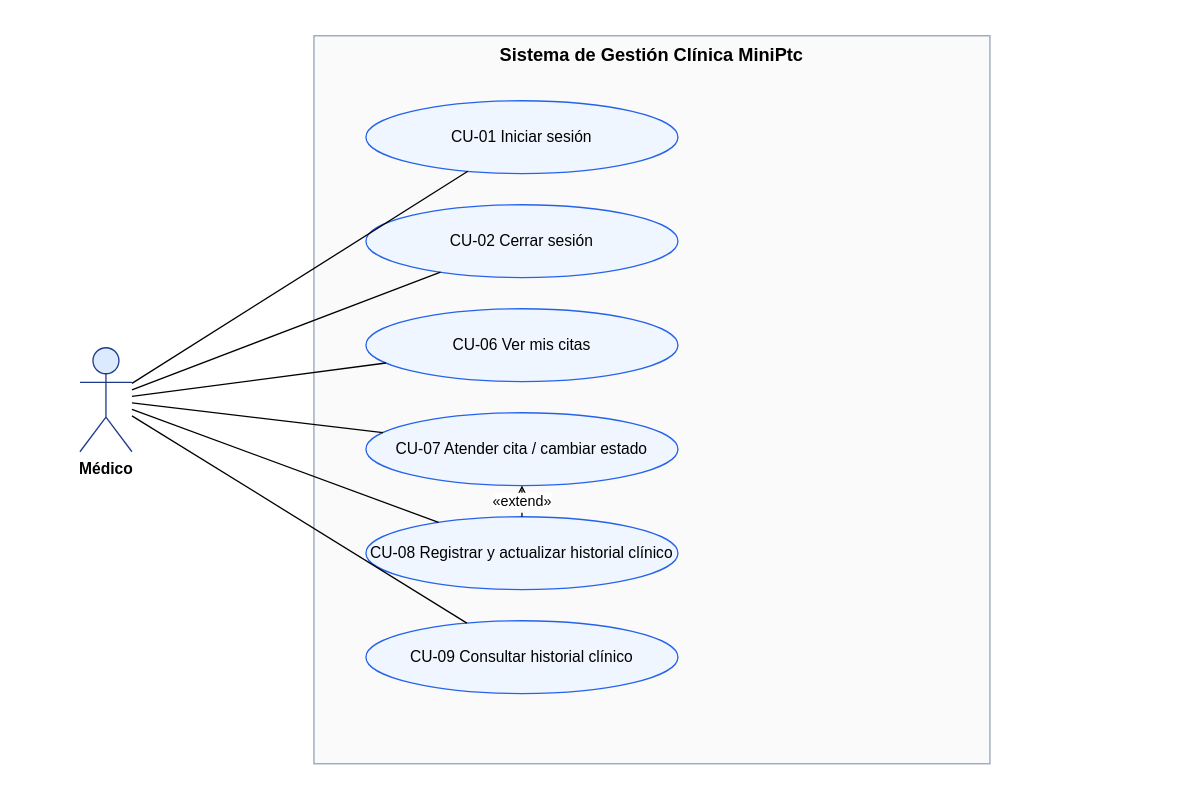
Earlier version of the draw.io diagram page "Casos de uso - Médico" (3 of 5) of ClinicaMiniPtc/Documentacion/Diagramas_ClinicaMiniPtc.drawio (lefusotf/mini-ptc). Source tidied: cells renumbered, new cells numbered last; positions are measured from the earlier drawing's top-left corner, leaving out a move shared by most shapes. Both pictures are drawn from the tidied source at 130%, with x=0, y=0 at pixel (79, 35).
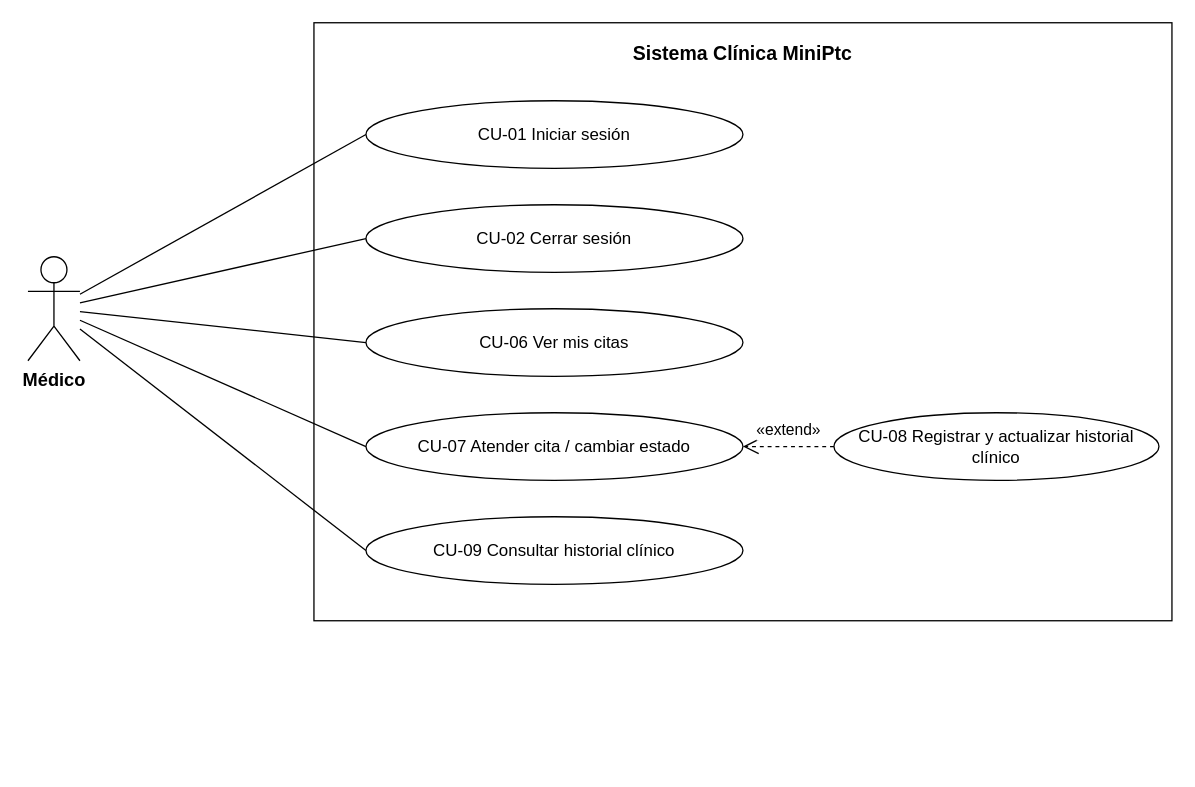
Above is the later version.

Change to the diagram source:
```diff
@@
 <mxGraphModel>
   <root>
     <mxCell id="0" />
     <mxCell id="1" parent="0" />
-    <mxCell id="2" value="Sistema de Gestión Clínica MiniPtc" style="rounded=0;whiteSpace=wrap;html=1;fillColor=#FAFAFA;strokeColor=#94A3B8;verticalAlign=top;fontStyle=1;fontSize=14;" parent="1" vertex="1">
-      <mxGeometry x="180" width="520" height="560" as="geometry" />
-    </mxCell>
+    <mxCell id="17" value="Sistema Clínica MiniPtc" style="rounded=0;whiteSpace=wrap;html=1;verticalAlign=top;fontStyle=1;fontSize=15;spacingTop=8;strokeColor=#000000;fontColor=#000000;fillColor=#FFFFFF;" parent="1" vertex="1">
+      <mxGeometry x="180" y="-10" width="660" height="460" as="geometry" />
+    </mxCell>
-    <mxCell id="3" value="Médico" style="shape=umlActor;verticalLabelPosition=bottom;verticalAlign=top;html=1;outlineConnect=0;fillColor=#DBEAFE;strokeColor=#1E3A8A;fontStyle=1;" parent="1" vertex="1">
-      <mxGeometry y="240" width="40" height="80" as="geometry" />
+    <mxCell id="3" value="Médico" style="shape=umlActor;verticalLabelPosition=bottom;verticalAlign=top;html=1;outlineConnect=0;fontStyle=1;fontSize=14;strokeColor=#000000;fontColor=#000000;fillColor=#FFFFFF;" parent="1" vertex="1">
+      <mxGeometry x="-40" y="170" width="40" height="80" as="geometry" />
     </mxCell>
-    <mxCell id="4" value="CU-01 Iniciar sesión" style="ellipse;whiteSpace=wrap;html=1;fillColor=#EFF6FF;strokeColor=#2563EB;" parent="1" vertex="1">
-      <mxGeometry x="220" y="50" width="240" height="56" as="geometry" />
+    <mxCell id="4" value="CU-01 Iniciar sesión" style="ellipse;shape=ellipse;perimeter=ellipsePerimeter;whiteSpace=wrap;html=1;fontSize=13;strokeColor=#000000;fontColor=#000000;fillColor=#FFFFFF;" parent="1" vertex="1">
+      <mxGeometry x="220" y="50" width="290" height="52" as="geometry" />
     </mxCell>
+    <mxCell id="10" style="endArrow=none;html=1;strokeColor=#000000;entryX=0;entryY=0.5;entryDx=0;entryDy=0;" parent="1" edge="1" source="3" target="4">
+      <mxGeometry relative="1" as="geometry" />
+    </mxCell>
-    <mxCell id="5" value="CU-02 Cerrar sesión" style="ellipse;whiteSpace=wrap;html=1;fillColor=#EFF6FF;strokeColor=#2563EB;" parent="1" vertex="1">
-      <mxGeometry x="220" y="130" width="240" height="56" as="geometry" />
+    <mxCell id="5" value="CU-02 Cerrar sesión" style="ellipse;shape=ellipse;perimeter=ellipsePerimeter;whiteSpace=wrap;html=1;fontSize=13;strokeColor=#000000;fontColor=#000000;fillColor=#FFFFFF;" parent="1" vertex="1">
+      <mxGeometry x="220" y="130" width="290" height="52" as="geometry" />
     </mxCell>
+    <mxCell id="11" style="endArrow=none;html=1;strokeColor=#000000;entryX=0;entryY=0.5;entryDx=0;entryDy=0;" parent="1" edge="1" source="3" target="5">
+      <mxGeometry relative="1" as="geometry" />
+    </mxCell>
-    <mxCell id="6" value="CU-06 Ver mis citas" style="ellipse;whiteSpace=wrap;html=1;fillColor=#EFF6FF;strokeColor=#2563EB;" parent="1" vertex="1">
-      <mxGeometry x="220" y="210" width="240" height="56" as="geometry" />
+    <mxCell id="6" value="CU-06 Ver mis citas" style="ellipse;shape=ellipse;perimeter=ellipsePerimeter;whiteSpace=wrap;html=1;fontSize=13;strokeColor=#000000;fontColor=#000000;fillColor=#FFFFFF;" parent="1" vertex="1">
+      <mxGeometry x="220" y="210" width="290" height="52" as="geometry" />
     </mxCell>
+    <mxCell id="12" style="endArrow=none;html=1;strokeColor=#000000;entryX=0;entryY=0.5;entryDx=0;entryDy=0;" parent="1" edge="1" source="3" target="6">
+      <mxGeometry relative="1" as="geometry" />
+    </mxCell>
-    <mxCell id="7" value="CU-07 Atender cita / cambiar estado" style="ellipse;whiteSpace=wrap;html=1;fillColor=#EFF6FF;strokeColor=#2563EB;" parent="1" vertex="1">
-      <mxGeometry x="220" y="290" width="240" height="56" as="geometry" />
+    <mxCell id="7" value="CU-07 Atender cita / cambiar estado" style="ellipse;shape=ellipse;perimeter=ellipsePerimeter;whiteSpace=wrap;html=1;fontSize=13;strokeColor=#000000;fontColor=#000000;fillColor=#FFFFFF;" parent="1" vertex="1">
+      <mxGeometry x="220" y="290" width="290" height="52" as="geometry" />
     </mxCell>
+    <mxCell id="13" style="endArrow=none;html=1;strokeColor=#000000;entryX=0;entryY=0.5;entryDx=0;entryDy=0;" parent="1" edge="1" source="3" target="7">
+      <mxGeometry relative="1" as="geometry" />
+    </mxCell>
+    <mxCell id="9" value="CU-09 Consultar historial clínico" style="ellipse;shape=ellipse;perimeter=ellipsePerimeter;whiteSpace=wrap;html=1;fontSize=13;strokeColor=#000000;fontColor=#000000;fillColor=#FFFFFF;" parent="1" vertex="1">
+      <mxGeometry x="220" y="370" width="290" height="52" as="geometry" />
+    </mxCell>
+    <mxCell id="15" style="endArrow=none;html=1;strokeColor=#000000;entryX=0;entryY=0.5;entryDx=0;entryDy=0;" parent="1" edge="1" source="3" target="9">
+      <mxGeometry relative="1" as="geometry" />
+    </mxCell>
-    <mxCell id="8" value="CU-08 Registrar y actualizar historial clínico" style="ellipse;whiteSpace=wrap;html=1;fillColor=#EFF6FF;strokeColor=#2563EB;" parent="1" vertex="1">
-      <mxGeometry x="220" y="370" width="240" height="56" as="geometry" />
+    <mxCell id="8" value="CU-08 Registrar y actualizar historial clínico" style="ellipse;shape=ellipse;perimeter=ellipsePerimeter;whiteSpace=wrap;html=1;fontSize=13;strokeColor=#000000;fontColor=#000000;fillColor=#FFFFFF;" parent="1" vertex="1">
+      <mxGeometry x="580" y="290" width="250" height="52" as="geometry" />
     </mxCell>
-    <mxCell id="9" value="CU-09 Consultar historial clínico" style="ellipse;whiteSpace=wrap;html=1;fillColor=#EFF6FF;strokeColor=#2563EB;" parent="1" vertex="1">
-      <mxGeometry x="220" y="450" width="240" height="56" as="geometry" />
-    </mxCell>
-    <mxCell id="10" style="endArrow=none;html=1;" parent="1" edge="1" source="3" target="4">
-      <mxGeometry relative="1" as="geometry" />
-    </mxCell>
-    <mxCell id="11" style="endArrow=none;html=1;" parent="1" edge="1" source="3" target="5">
-      <mxGeometry relative="1" as="geometry" />
-    </mxCell>
-    <mxCell id="12" style="endArrow=none;html=1;" parent="1" edge="1" source="3" target="6">
-      <mxGeometry relative="1" as="geometry" />
-    </mxCell>
-    <mxCell id="13" style="endArrow=none;html=1;" parent="1" edge="1" source="3" target="7">
-      <mxGeometry relative="1" as="geometry" />
-    </mxCell>
-    <mxCell id="14" style="endArrow=none;html=1;" parent="1" edge="1" source="3" target="8">
-      <mxGeometry relative="1" as="geometry" />
-    </mxCell>
-    <mxCell id="15" style="endArrow=none;html=1;" parent="1" edge="1" source="3" target="9">
-      <mxGeometry relative="1" as="geometry" />
-    </mxCell>
-    <mxCell id="16" value="«extend»" style="endArrow=open;dashed=1;html=1;endFill=0;" parent="1" edge="1" source="8" target="7">
-      <mxGeometry relative="1" as="geometry" />
+    <mxCell id="16" value="«extend»" style="endArrow=open;dashed=1;html=1;endFill=0;endSize=10;strokeColor=#000000;fontColor=#000000;fontSize=12;labelBackgroundColor=#FFFFFF;" parent="1" edge="1" source="8" target="7">
+      <mxGeometry relative="1" as="geometry">
+        <mxPoint y="-12" as="offset" />
+      </mxGeometry>
     </mxCell>
   </root>
 </mxGraphModel>
```
